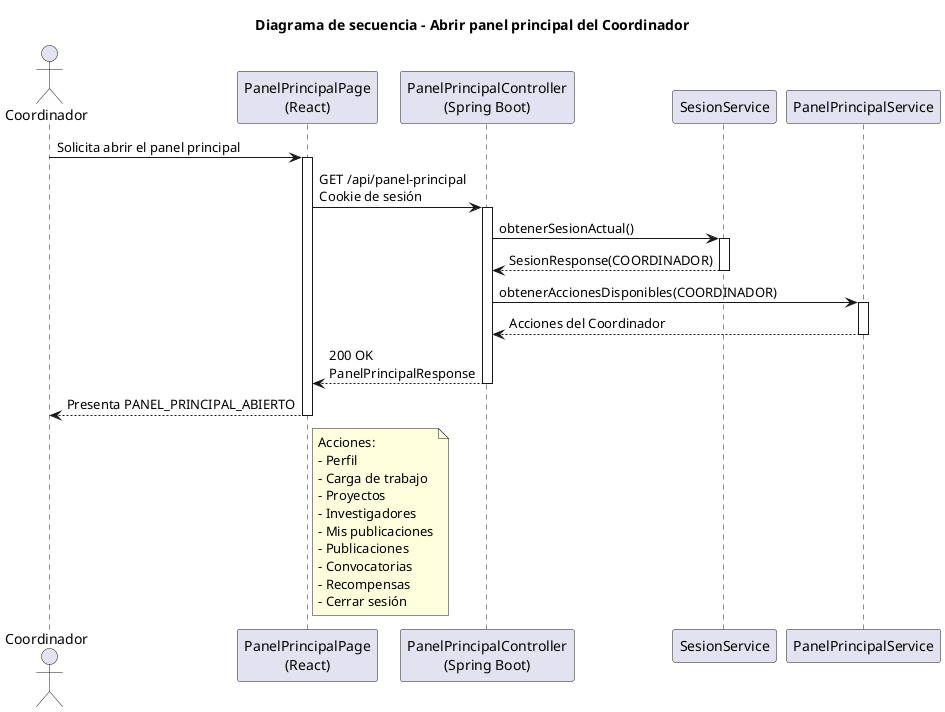
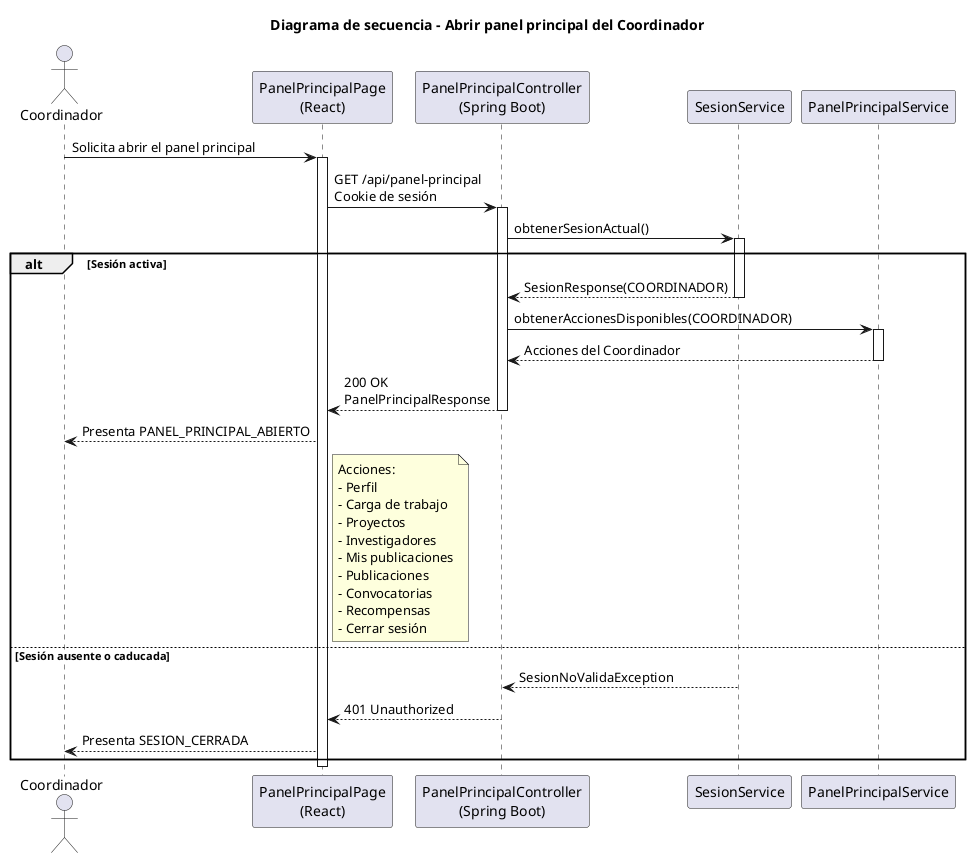
@startuml abrirPanelPrincipal-coordinador-diseño
title Diagrama de secuencia - Abrir panel principal del Coordinador

actor Coordinador
participant "PanelPrincipalPage\n(React)" as Frontend
participant "PanelPrincipalController\n(Spring Boot)" as Api
participant "SesionService" as Sesion
participant "PanelPrincipalService" as Panel

Coordinador -> Frontend: Solicita abrir el panel principal
activate Frontend
Frontend -> Api: GET /api/panel-principal\nCookie de sesión
activate Api
Api -> Sesion: obtenerSesionActual()
activate Sesion
- Sesion --> Api: SesionResponse(COORDINADOR)
- deactivate Sesion
- Api -> Panel: obtenerAccionesDisponibles(COORDINADOR)
- activate Panel
- Panel --> Api: Acciones del Coordinador
- deactivate Panel
- Api --> Frontend: 200 OK\nPanelPrincipalResponse
- deactivate Api
- Frontend --> Coordinador: Presenta PANEL_PRINCIPAL_ABIERTO
+ alt Sesión activa
+     Sesion --> Api: SesionResponse(COORDINADOR)
+     deactivate Sesion
+     Api -> Panel: obtenerAccionesDisponibles(COORDINADOR)
+     activate Panel
+     Panel --> Api: Acciones del Coordinador
+     deactivate Panel
+     Api --> Frontend: 200 OK\nPanelPrincipalResponse
+     deactivate Api
+     Frontend --> Coordinador: Presenta PANEL_PRINCIPAL_ABIERTO

- note right of Frontend
- Acciones:
- - Perfil
- - Carga de trabajo
- - Proyectos
- - Investigadores
- - Mis publicaciones
- - Publicaciones
- - Convocatorias
- - Recompensas
- - Cerrar sesión
- end note
+     note right of Frontend
+     Acciones:
+     - Perfil
+     - Carga de trabajo
+     - Proyectos
+     - Investigadores
+     - Mis publicaciones
+     - Publicaciones
+     - Convocatorias
+     - Recompensas
+     - Cerrar sesión
+     end note
+ else Sesión ausente o caducada
+     Sesion --> Api: SesionNoValidaException
+     deactivate Sesion
+     Api --> Frontend: 401 Unauthorized
+     deactivate Api
+     Frontend --> Coordinador: Presenta SESION_CERRADA
+ end

deactivate Frontend
@enduml
- 
